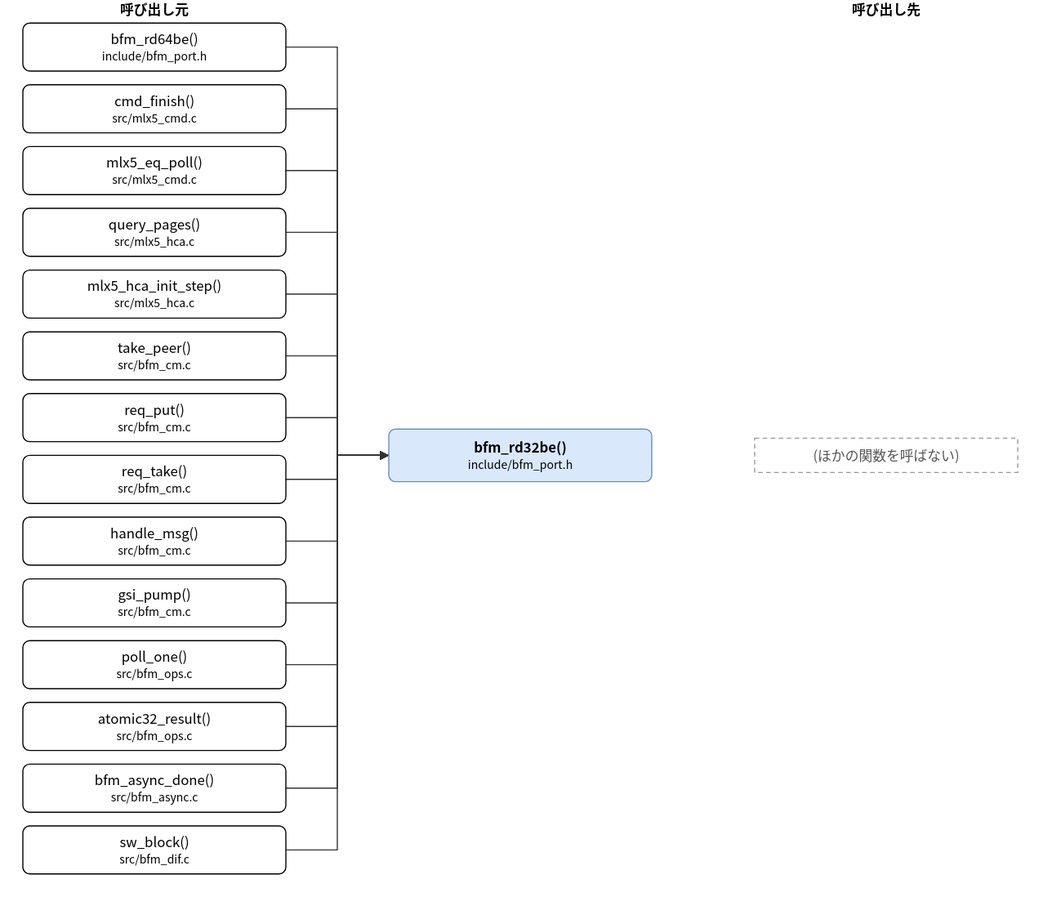
The draw.io diagram doc/spec/images/call_include_bfm_port-bfm_rd32be.drawio.svg in hf355051012-ai/bfmem, before a commit. Source tidied: cells renumbered, new cells last; positions are measured from the earlier drawing's top-left corner, leaving out a move shared by most shapes.
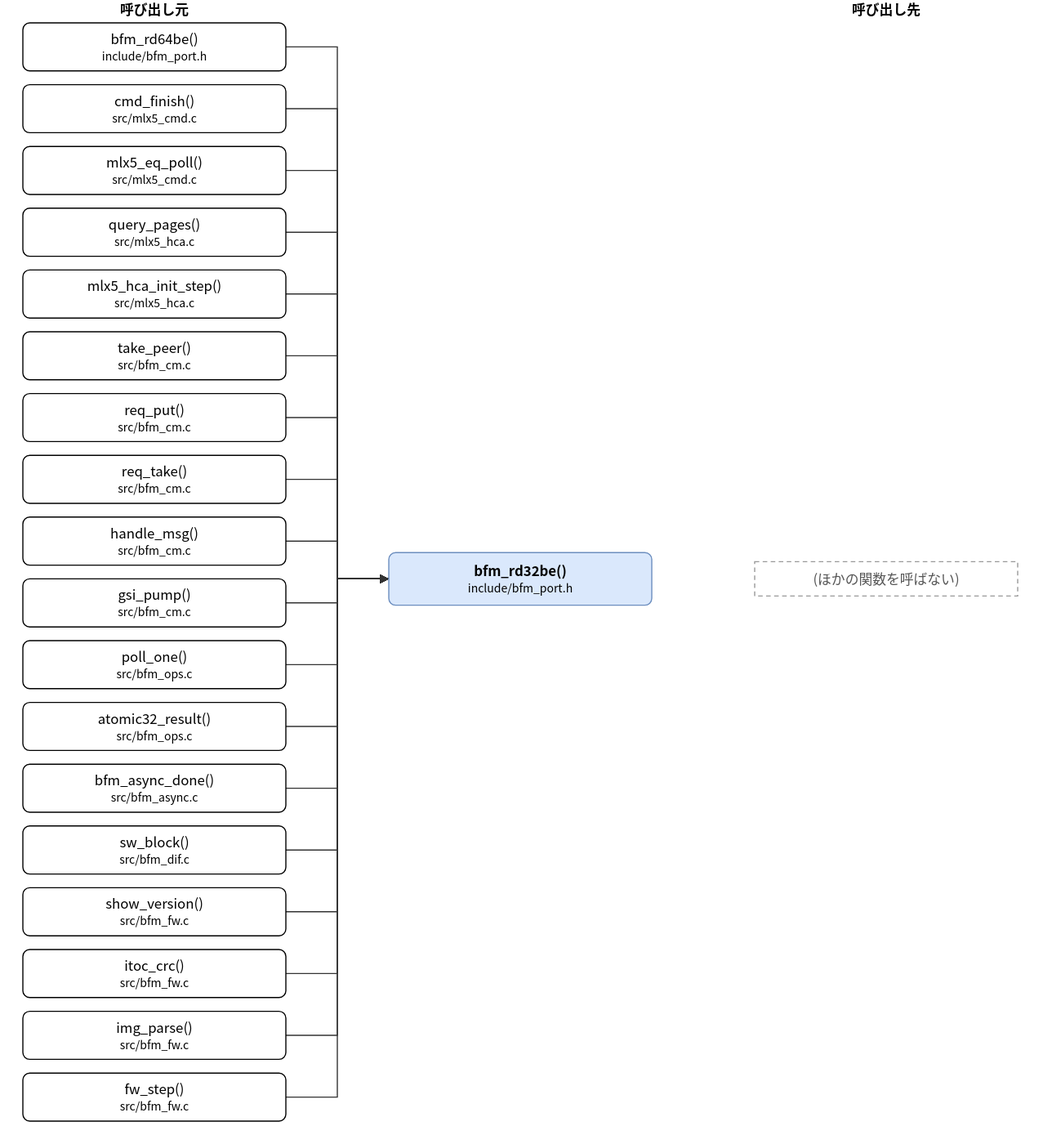
Above is the later version.

Change to the diagram source:
```diff
@@ -3,7 +3,7 @@
     <mxCell id="0" />
     <mxCell id="1" parent="0" />
     <mxCell id="2" value="bfm_rd32be()&lt;br&gt;&lt;font style=&quot;font-size:10px&quot;&gt;include/bfm_port.h&lt;/font&gt;" style="rounded=1;whiteSpace=wrap;html=1;fillColor=#dae8fc;strokeColor=#6c8ebf;fontStyle=1;" parent="1" vertex="1">
-      <mxGeometry x="320" y="375" width="230" height="46" as="geometry" />
+      <mxGeometry x="320" y="483" width="230" height="46" as="geometry" />
     </mxCell>
     <mxCell id="3" value="bfm_rd64be()&lt;br&gt;&lt;font style=&quot;font-size:10px&quot;&gt;include/bfm_port.h&lt;/font&gt;" style="rounded=1;whiteSpace=wrap;html=1;" parent="1" vertex="1">
       <mxGeometry y="20" width="230" height="42" as="geometry" />
@@ -47,14 +47,26 @@
     <mxCell id="16" value="sw_block()&lt;br&gt;&lt;font style=&quot;font-size:10px&quot;&gt;src/bfm_dif.c&lt;/font&gt;" style="rounded=1;whiteSpace=wrap;html=1;" parent="1" vertex="1">
       <mxGeometry y="722" width="230" height="42" as="geometry" />
     </mxCell>
+    <mxCell id="34" value="show_version()&lt;br&gt;&lt;font style=&quot;font-size:10px&quot;&gt;src/bfm_fw.c&lt;/font&gt;" style="rounded=1;whiteSpace=wrap;html=1;" parent="1" vertex="1">
+      <mxGeometry y="776" width="230" height="42" as="geometry" />
+    </mxCell>
+    <mxCell id="35" value="itoc_crc()&lt;br&gt;&lt;font style=&quot;font-size:10px&quot;&gt;src/bfm_fw.c&lt;/font&gt;" style="rounded=1;whiteSpace=wrap;html=1;" parent="1" vertex="1">
+      <mxGeometry y="830" width="230" height="42" as="geometry" />
+    </mxCell>
+    <mxCell id="36" value="img_parse()&lt;br&gt;&lt;font style=&quot;font-size:10px&quot;&gt;src/bfm_fw.c&lt;/font&gt;" style="rounded=1;whiteSpace=wrap;html=1;" parent="1" vertex="1">
+      <mxGeometry y="884" width="230" height="42" as="geometry" />
+    </mxCell>
+    <mxCell id="37" value="fw_step()&lt;br&gt;&lt;font style=&quot;font-size:10px&quot;&gt;src/bfm_fw.c&lt;/font&gt;" style="rounded=1;whiteSpace=wrap;html=1;" parent="1" vertex="1">
+      <mxGeometry y="938" width="230" height="42" as="geometry" />
+    </mxCell>
     <mxCell id="17" value="(ほかの関数を呼ばない)" style="rounded=0;whiteSpace=wrap;html=1;dashed=1;strokeColor=#999999;fontColor=#555555;dashed=1;" parent="1" vertex="1">
-      <mxGeometry x="640" y="383" width="230" height="30" as="geometry" />
+      <mxGeometry x="640" y="491" width="230" height="30" as="geometry" />
     </mxCell>
     <mxCell id="18" style="edgeStyle=none;html=1;rounded=0;endArrow=block;endFill=1;exitX=1.0000;exitY=0.5000;exitDx=0;exitDy=0;exitPerimeter=0;entryX=0.0000;entryY=0.5000;entryDx=0;entryDy=0;entryPerimeter=0;" parent="1" edge="1" source="3" target="2">
       <mxGeometry relative="1" as="geometry">
         <Array as="points">
           <mxPoint x="275" y="41" />
-          <mxPoint x="275" y="398" />
+          <mxPoint x="275" y="506" />
         </Array>
       </mxGeometry>
     </mxCell>
@@ -62,7 +74,7 @@
       <mxGeometry relative="1" as="geometry">
         <Array as="points">
           <mxPoint x="275" y="95" />
-          <mxPoint x="275" y="398" />
+          <mxPoint x="275" y="506" />
         </Array>
       </mxGeometry>
     </mxCell>
@@ -70,7 +82,7 @@
       <mxGeometry relative="1" as="geometry">
         <Array as="points">
           <mxPoint x="275" y="149" />
-          <mxPoint x="275" y="398" />
+          <mxPoint x="275" y="506" />
         </Array>
       </mxGeometry>
     </mxCell>
@@ -78,7 +90,7 @@
       <mxGeometry relative="1" as="geometry">
         <Array as="points">
           <mxPoint x="275" y="203" />
-          <mxPoint x="275" y="398" />
+          <mxPoint x="275" y="506" />
         </Array>
       </mxGeometry>
     </mxCell>
@@ -86,7 +98,7 @@
       <mxGeometry relative="1" as="geometry">
         <Array as="points">
           <mxPoint x="275" y="257" />
-          <mxPoint x="275" y="398" />
+          <mxPoint x="275" y="506" />
         </Array>
       </mxGeometry>
     </mxCell>
@@ -94,7 +106,7 @@
       <mxGeometry relative="1" as="geometry">
         <Array as="points">
           <mxPoint x="275" y="311" />
-          <mxPoint x="275" y="398" />
+          <mxPoint x="275" y="506" />
         </Array>
       </mxGeometry>
     </mxCell>
@@ -102,7 +114,7 @@
       <mxGeometry relative="1" as="geometry">
         <Array as="points">
           <mxPoint x="275" y="365" />
-          <mxPoint x="275" y="398" />
+          <mxPoint x="275" y="506" />
         </Array>
       </mxGeometry>
     </mxCell>
@@ -110,7 +122,7 @@
       <mxGeometry relative="1" as="geometry">
         <Array as="points">
           <mxPoint x="275" y="419" />
-          <mxPoint x="275" y="398" />
+          <mxPoint x="275" y="506" />
         </Array>
       </mxGeometry>
     </mxCell>
@@ -118,7 +130,7 @@
       <mxGeometry relative="1" as="geometry">
         <Array as="points">
           <mxPoint x="275" y="473" />
-          <mxPoint x="275" y="398" />
+          <mxPoint x="275" y="506" />
         </Array>
       </mxGeometry>
     </mxCell>
@@ -126,7 +138,7 @@
       <mxGeometry relative="1" as="geometry">
         <Array as="points">
           <mxPoint x="275" y="527" />
-          <mxPoint x="275" y="398" />
+          <mxPoint x="275" y="506" />
         </Array>
       </mxGeometry>
     </mxCell>
@@ -134,7 +146,7 @@
       <mxGeometry relative="1" as="geometry">
         <Array as="points">
           <mxPoint x="275" y="581" />
-          <mxPoint x="275" y="398" />
+          <mxPoint x="275" y="506" />
         </Array>
       </mxGeometry>
     </mxCell>
@@ -142,7 +154,7 @@
       <mxGeometry relative="1" as="geometry">
         <Array as="points">
           <mxPoint x="275" y="635" />
-          <mxPoint x="275" y="398" />
+          <mxPoint x="275" y="506" />
         </Array>
       </mxGeometry>
     </mxCell>
@@ -150,7 +162,7 @@
       <mxGeometry relative="1" as="geometry">
         <Array as="points">
           <mxPoint x="275" y="689" />
-          <mxPoint x="275" y="398" />
+          <mxPoint x="275" y="506" />
         </Array>
       </mxGeometry>
     </mxCell>
@@ -158,10 +170,42 @@
       <mxGeometry relative="1" as="geometry">
         <Array as="points">
           <mxPoint x="275" y="743" />
-          <mxPoint x="275" y="398" />
+          <mxPoint x="275" y="506" />
         </Array>
       </mxGeometry>
     </mxCell>
+    <mxCell id="38" style="edgeStyle=none;html=1;rounded=0;endArrow=block;endFill=1;exitX=1.0000;exitY=0.5000;exitDx=0;exitDy=0;exitPerimeter=0;entryX=0.0000;entryY=0.5000;entryDx=0;entryDy=0;entryPerimeter=0;" parent="1" edge="1" source="34" target="2">
+      <mxGeometry relative="1" as="geometry">
+        <Array as="points">
+          <mxPoint x="275" y="797" />
+          <mxPoint x="275" y="506" />
+        </Array>
+      </mxGeometry>
+    </mxCell>
+    <mxCell id="39" style="edgeStyle=none;html=1;rounded=0;endArrow=block;endFill=1;exitX=1.0000;exitY=0.5000;exitDx=0;exitDy=0;exitPerimeter=0;entryX=0.0000;entryY=0.5000;entryDx=0;entryDy=0;entryPerimeter=0;" parent="1" edge="1" source="35" target="2">
+      <mxGeometry relative="1" as="geometry">
+        <Array as="points">
+          <mxPoint x="275" y="851" />
+          <mxPoint x="275" y="506" />
+        </Array>
+      </mxGeometry>
+    </mxCell>
+    <mxCell id="40" style="edgeStyle=none;html=1;rounded=0;endArrow=block;endFill=1;exitX=1.0000;exitY=0.5000;exitDx=0;exitDy=0;exitPerimeter=0;entryX=0.0000;entryY=0.5000;entryDx=0;entryDy=0;entryPerimeter=0;" parent="1" edge="1" source="36" target="2">
+      <mxGeometry relative="1" as="geometry">
+        <Array as="points">
+          <mxPoint x="275" y="905" />
+          <mxPoint x="275" y="506" />
+        </Array>
+      </mxGeometry>
+    </mxCell>
+    <mxCell id="41" style="edgeStyle=none;html=1;rounded=0;endArrow=block;endFill=1;exitX=1.0000;exitY=0.5000;exitDx=0;exitDy=0;exitPerimeter=0;entryX=0.0000;entryY=0.5000;entryDx=0;entryDy=0;entryPerimeter=0;" parent="1" edge="1" source="37" target="2">
+      <mxGeometry relative="1" as="geometry">
+        <Array as="points">
+          <mxPoint x="275" y="959" />
+          <mxPoint x="275" y="506" />
+        </Array>
+      </mxGeometry>
+    </mxCell>
     <mxCell id="32" value="呼び出し元" style="text;html=1;align=center;fontStyle=1;" parent="1" vertex="1">
       <mxGeometry x="35" width="160" height="18" as="geometry" />
     </mxCell>
```
